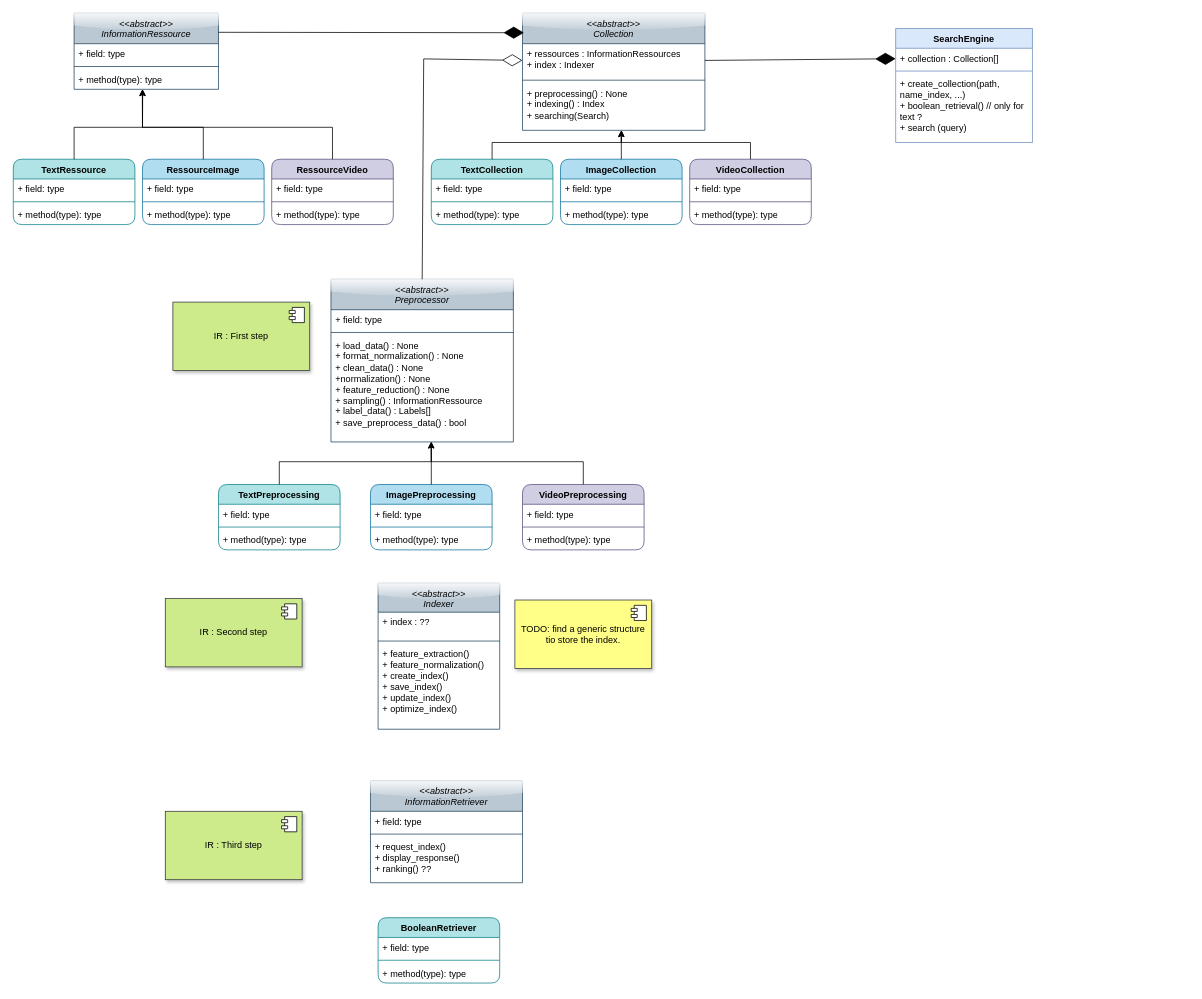
Earlier version of the draw.io diagram uml_diagrams/information_retrieval_models.drawio (mohamedlrouabah1/RIM2DSC). Source tidied: cells renumbered, new cells numbered last; positions are measured from the earlier drawing's top-left corner, leaving out a move shared by most shapes. Both pictures are drawn from the tidied source at 76%, with x=0, y=0 at pixel (13, 13).
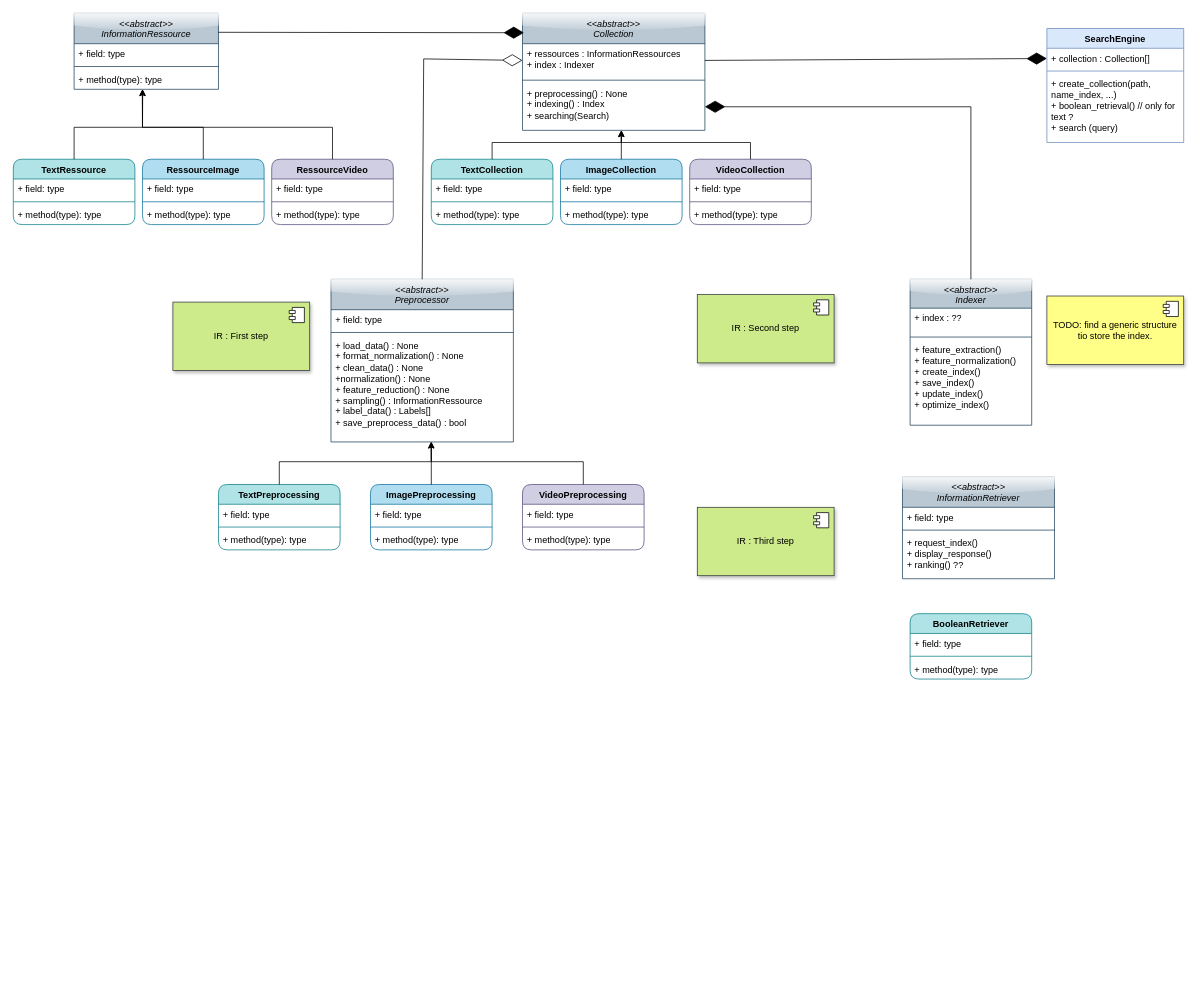
The same diagram, later.

Commit message:
doc: update class digram accordingly to models changes

Unchanged cells that the change refers to:
```xml
<mxCell id="21" value="+ preprocessing() : None&lt;br&gt;+ indexing() : Index&lt;br&gt;+ searching(Search)" style="text;strokeColor=none;fillColor=none;align=left;verticalAlign=top;spacingLeft=4;spacingRight=4;overflow=hidden;points=[[0,0.5],[1,0.5]];portConstraint=eastwest;whiteSpace=wrap;html=1;" parent="18" vertex="1">
  <mxGeometry y="92" width="240" height="62" as="geometry" />
</mxCell>
```

Diff of the diagram source:
```diff
@@
     <mxCell id="23" value="SearchEngine" style="swimlane;fontStyle=1;align=center;verticalAlign=top;horizontal=1;startSize=26;whiteSpace=wrap;html=1;fillColor=#dae8fc;strokeColor=#6c8ebf;" parent="1" vertex="1">
-      <mxGeometry x="1161" y="20" width="180" height="150" as="geometry" />
+      <mxGeometry x="1360" y="20" width="180" height="150" as="geometry" />
     </mxCell>
@@
     <mxCell id="58" value="IR : Second step" style="html=1;whiteSpace=wrap;fillColor=#cdeb8b;strokeColor=#36393d;shadow=1;" parent="1" vertex="1">
-      <mxGeometry x="200" y="770" width="180" height="90" as="geometry" />
+      <mxGeometry x="900" y="370" width="180" height="90" as="geometry" />
     </mxCell>
@@
     <mxCell id="60" value="IR : Third step" style="html=1;whiteSpace=wrap;fillColor=#cdeb8b;strokeColor=#36393d;shadow=1;" parent="1" vertex="1">
-      <mxGeometry x="200" y="1050" width="180" height="90" as="geometry" />
+      <mxGeometry x="900" y="650" width="180" height="90" as="geometry" />
     </mxCell>
@@
     <mxCell id="62" value="&lt;i style=&quot;font-weight: normal;&quot;&gt;&amp;lt;&amp;lt;abstract&amp;gt;&amp;gt;&lt;br&gt;Indexer&lt;/i&gt;" style="swimlane;fontStyle=1;align=center;verticalAlign=top;horizontal=1;startSize=38;whiteSpace=wrap;html=1;fillColor=#bac8d3;strokeColor=#23445d;glass=1;" parent="1" vertex="1">
-      <mxGeometry x="480" y="750" width="160" height="192" as="geometry" />
+      <mxGeometry x="1180" y="350" width="160" height="192" as="geometry" />
     </mxCell>
@@
     <mxCell id="66" value="TODO: find a generic structure tio store the index." style="html=1;whiteSpace=wrap;fillColor=#ffff88;strokeColor=#36393d;shadow=1;" parent="1" vertex="1">
-      <mxGeometry x="660" y="772" width="180" height="90" as="geometry" />
+      <mxGeometry x="1360" y="372" width="180" height="90" as="geometry" />
     </mxCell>
@@
     <mxCell id="68" value="&lt;i style=&quot;font-weight: normal;&quot;&gt;&amp;lt;&amp;lt;abstract&amp;gt;&amp;gt;&lt;br&gt;InformationRetriever&lt;/i&gt;" style="swimlane;fontStyle=1;align=center;verticalAlign=top;horizontal=1;startSize=40;whiteSpace=wrap;html=1;fillColor=#bac8d3;strokeColor=#23445d;glass=1;" parent="1" vertex="1">
-      <mxGeometry x="470" y="1010" width="200" height="134" as="geometry" />
+      <mxGeometry x="1170" y="610" width="200" height="134" as="geometry" />
     </mxCell>
@@
     <mxCell id="82" value="BooleanRetriever" style="swimlane;fontStyle=1;align=center;verticalAlign=top;horizontal=1;startSize=26;whiteSpace=wrap;html=1;fillColor=#b0e3e6;strokeColor=#0e8088;rounded=1;" parent="1" vertex="1">
-      <mxGeometry x="480" y="1190" width="160" height="86" as="geometry" />
+      <mxGeometry x="1180" y="790" width="160" height="86" as="geometry" />
     </mxCell>
@@
+    <mxCell id="86" style="endArrow=diamondThin;endFill=1;endSize=24;html=1;rounded=0;exitX=0.5;exitY=0;exitDx=0;exitDy=0;entryX=1;entryY=0.5;entryDx=0;entryDy=0;" parent="1" edge="1" source="62" target="21">
+      <mxGeometry relative="1" as="geometry">
+        <Array as="points">
+          <mxPoint x="1260" y="123" />
+        </Array>
+      </mxGeometry>
+    </mxCell>
```
